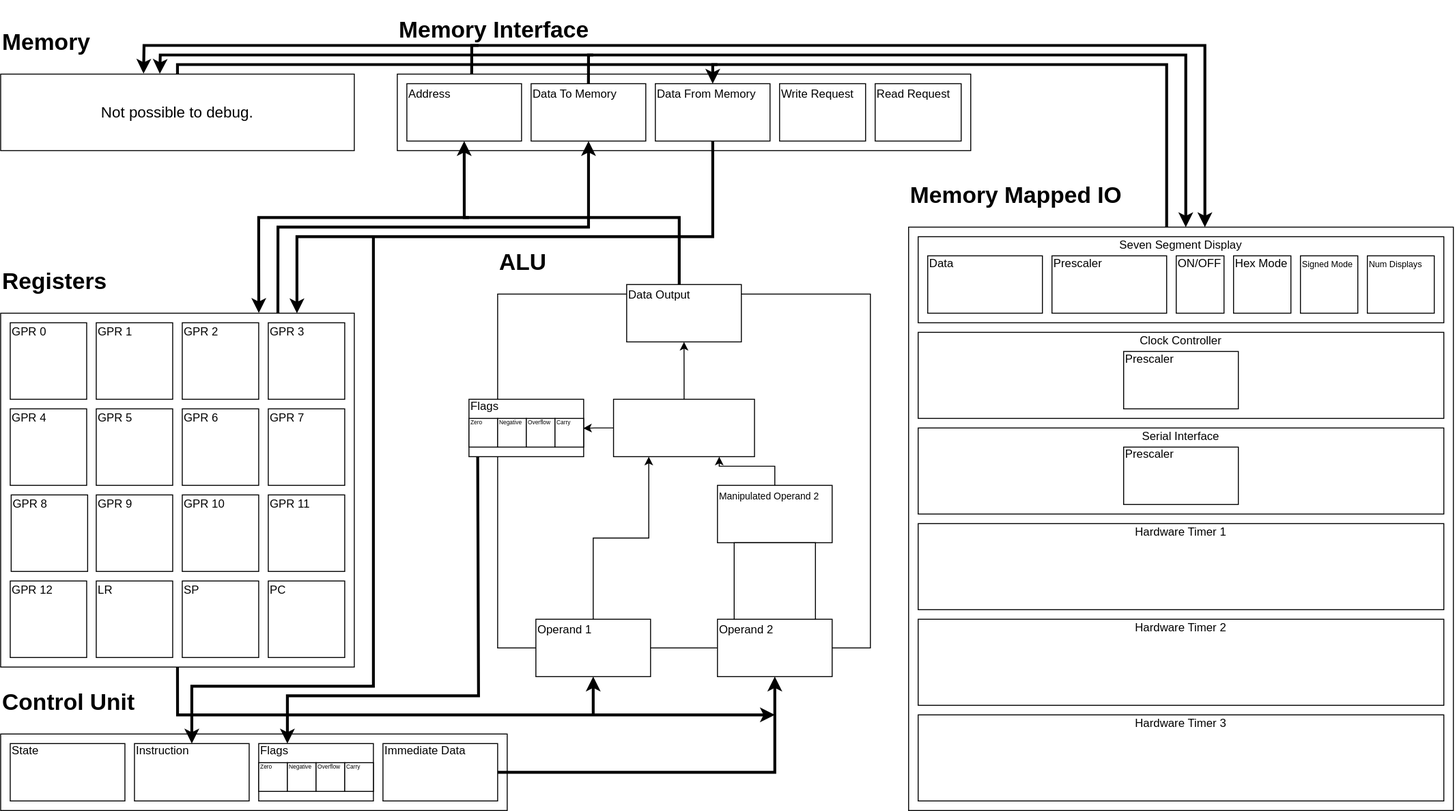
Before: src/Software/MiPro_XG_Toolkit/mipro_toolkit/VisualDebugger/HardwareArchitecture.svg, a diagram exported from draw.io (Sanotsch2003/MiPro-XG-V1). Source tidied: cells renumbered, new cells last; positions are measured from the earlier drawing's top-left corner, leaving out a move shared by most shapes.
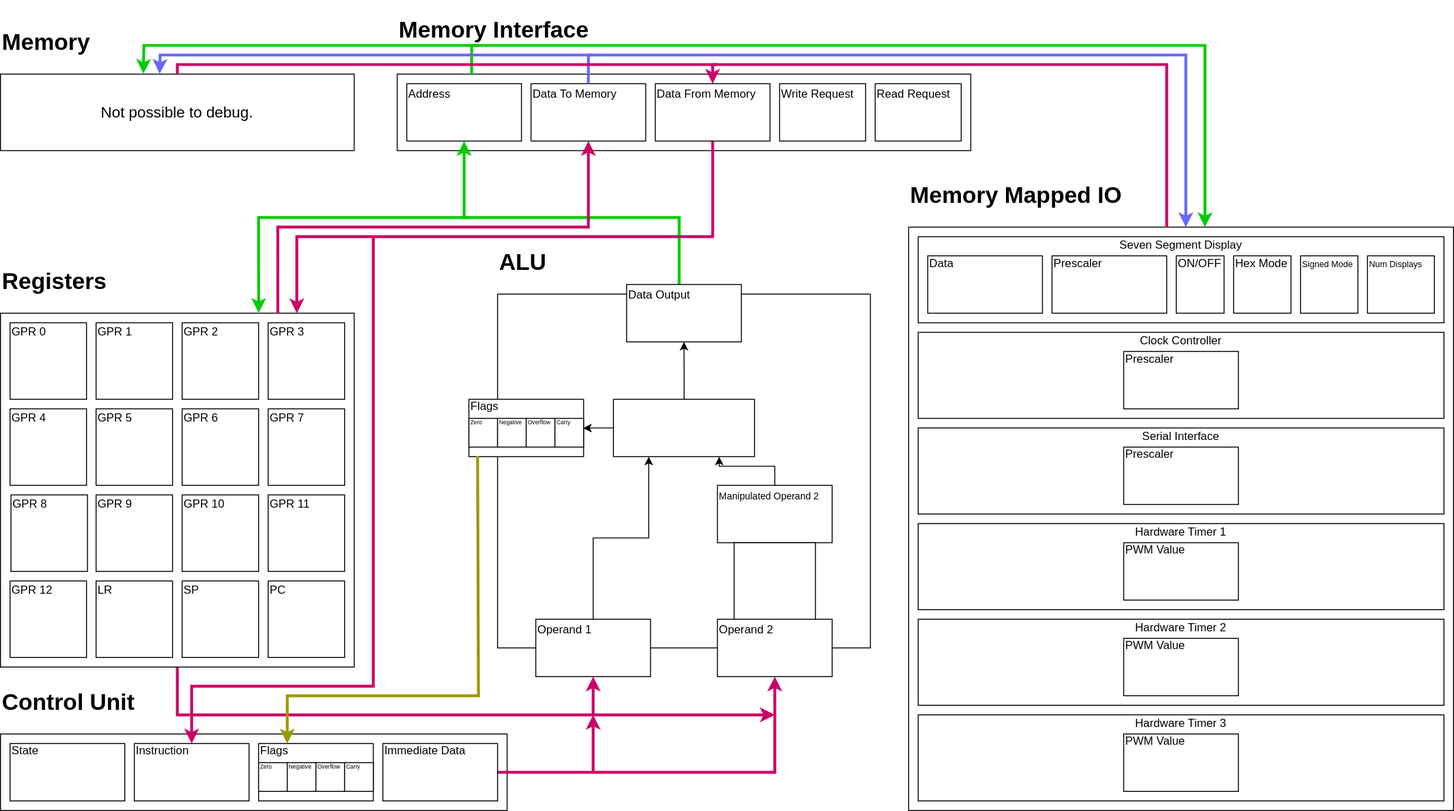
The same file after the commit.

Change to the diagram source:
```diff
@@ -2,7 +2,7 @@
   <root>
     <mxCell id="0" />
     <mxCell id="1" parent="0" />
-    <mxCell id="2" style="edgeStyle=orthogonalEdgeStyle;rounded=0;jettySize=auto;html=1;exitX=0.5;exitY=1;exitDx=0;exitDy=0;strokeColor=light-dark(#000000,#CC0066);strokeWidth=3;" parent="1" edge="1" source="3">
+    <mxCell id="2" style="edgeStyle=orthogonalEdgeStyle;rounded=0;jettySize=auto;html=1;exitX=0.5;exitY=1;exitDx=0;exitDy=0;strokeColor=light-dark(#CC0066,#CC0066);strokeWidth=3;" parent="1" edge="1" source="3">
       <mxGeometry relative="1" as="geometry">
         <mxPoint x="810" y="700" as="targetPoint" />
         <Array as="points">
@@ -128,7 +128,7 @@
     <mxCell id="41" value="&lt;h1&gt;Memory Interface&lt;/h1&gt;" style="rounded=0;whiteSpace=wrap;html=1;labelPosition=center;verticalLabelPosition=top;align=left;verticalAlign=bottom;spacingTop=0;spacingBottom=13;" parent="1" vertex="1">
       <mxGeometry x="415" y="30" width="600" height="80" as="geometry" />
     </mxCell>
-    <mxCell id="42" style="edgeStyle=orthogonalEdgeStyle;rounded=0;jettySize=auto;html=1;entryX=0.5;entryY=1;entryDx=0;entryDy=0;strokeColor=light-dark(#000000,#00CC00);strokeWidth=3;" parent="1" edge="1" source="44" target="46">
+    <mxCell id="42" style="edgeStyle=orthogonalEdgeStyle;rounded=0;jettySize=auto;html=1;entryX=0.5;entryY=1;entryDx=0;entryDy=0;strokeColor=light-dark(#00CC00,#00CC00);strokeWidth=3;" parent="1" edge="1" source="44" target="46">
       <mxGeometry relative="1" as="geometry">
         <Array as="points">
           <mxPoint x="710" y="180" />
@@ -151,7 +151,7 @@
     <mxCell id="47" value="Data To Memory" style="rounded=0;whiteSpace=wrap;html=1;labelPosition=center;verticalLabelPosition=middle;align=left;verticalAlign=middle;spacingTop=-38;" parent="1" vertex="1">
       <mxGeometry x="555" y="40" width="120" height="60" as="geometry" />
     </mxCell>
-    <mxCell id="48" style="edgeStyle=orthogonalEdgeStyle;rounded=0;jettySize=auto;html=1;strokeColor=light-dark(#000000,#0000FF);strokeWidth=3;" parent="1" edge="1" source="50">
+    <mxCell id="48" style="edgeStyle=orthogonalEdgeStyle;rounded=0;jettySize=auto;html=1;strokeColor=light-dark(#CC0066,#CC0066);strokeWidth=3;" parent="1" edge="1" source="50">
       <mxGeometry relative="1" as="geometry">
         <mxPoint x="310" y="280" as="targetPoint" />
         <Array as="points">
@@ -161,7 +161,7 @@
         </Array>
       </mxGeometry>
     </mxCell>
-    <mxCell id="49" style="edgeStyle=orthogonalEdgeStyle;rounded=0;jettySize=auto;html=1;entryX=0.5;entryY=0;entryDx=0;entryDy=0;strokeColor=light-dark(#000000,#0000FF);strokeWidth=3;" parent="1" edge="1" target="50">
+    <mxCell id="49" style="edgeStyle=orthogonalEdgeStyle;rounded=0;jettySize=auto;html=1;entryX=0.5;entryY=0;entryDx=0;entryDy=0;strokeColor=light-dark(#CC0066,#CC0066);strokeWidth=3;" parent="1" edge="1" target="50">
       <mxGeometry relative="1" as="geometry">
         <mxPoint x="1220" y="190" as="sourcePoint" />
         <Array as="points">
@@ -180,7 +180,7 @@
     <mxCell id="52" value="Read Request" style="rounded=0;whiteSpace=wrap;html=1;labelPosition=center;verticalLabelPosition=middle;align=left;verticalAlign=middle;spacingTop=-38;" parent="1" vertex="1">
       <mxGeometry x="915" y="40" width="90" height="60" as="geometry" />
     </mxCell>
-    <mxCell id="53" style="edgeStyle=orthogonalEdgeStyle;rounded=0;jettySize=auto;html=1;entryX=0.5;entryY=1;entryDx=0;entryDy=0;strokeColor=light-dark(#000000,#CC0066);strokeWidth=3;" parent="1" edge="1" source="54" target="45">
+    <mxCell id="53" style="edgeStyle=orthogonalEdgeStyle;rounded=0;jettySize=auto;html=1;entryX=0.5;entryY=1;entryDx=0;entryDy=0;strokeColor=light-dark(#CC0066,#CC0066);strokeWidth=3;" parent="1" edge="1" source="54" target="45">
       <mxGeometry relative="1" as="geometry">
         <Array as="points">
           <mxPoint x="810" y="760" />
@@ -235,7 +235,7 @@
     <mxCell id="69" style="edgeStyle=orthogonalEdgeStyle;rounded=0;jettySize=auto;html=1;entryX=0.982;entryY=0.343;entryDx=0;entryDy=0;entryPerimeter=0;" parent="1" edge="1" source="63" target="68">
       <mxGeometry relative="1" as="geometry" />
     </mxCell>
-    <mxCell id="70" style="endArrow=classic;html=1;rounded=0;entryX=0.73;entryY=-0.001;entryDx=0;entryDy=0;entryPerimeter=0;strokeColor=light-dark(#000000,#00CC00);strokeWidth=3;" parent="1" edge="1" target="3">
+    <mxCell id="70" style="endArrow=classic;html=1;rounded=0;entryX=0.73;entryY=-0.001;entryDx=0;entryDy=0;entryPerimeter=0;strokeColor=light-dark(#00CC00,#00CC00);strokeWidth=3;sourcePerimeterSpacing=0;startSize=6;" parent="1" edge="1" target="3">
       <mxGeometry relative="1" as="geometry">
         <mxPoint x="490" y="180" as="sourcePoint" />
         <Array as="points">
@@ -244,7 +244,7 @@
         </Array>
       </mxGeometry>
     </mxCell>
-    <mxCell id="71" style="endArrow=classic;html=1;rounded=0;exitX=0.076;exitY=0.995;exitDx=0;exitDy=0;entryX=0.25;entryY=0;entryDx=0;entryDy=0;strokeColor=light-dark(#000000,#999900);strokeWidth=3;exitPerimeter=0;" parent="1" edge="1" source="64" target="23">
+    <mxCell id="71" style="endArrow=classic;html=1;rounded=0;exitX=0.076;exitY=0.995;exitDx=0;exitDy=0;entryX=0.25;entryY=0;entryDx=0;entryDy=0;strokeColor=light-dark(#999900,#999900);strokeWidth=3;exitPerimeter=0;" parent="1" edge="1" source="64" target="23">
       <mxGeometry relative="1" as="geometry">
         <Array as="points">
           <mxPoint x="500" y="680" />
@@ -252,12 +252,12 @@
         </Array>
       </mxGeometry>
     </mxCell>
-    <mxCell id="72" style="endArrow=classic;html=1;rounded=0;entryX=0.5;entryY=1;entryDx=0;entryDy=0;strokeColor=light-dark(#000000,#CC0066);strokeWidth=3;" parent="1" edge="1" target="43">
+    <mxCell id="72" style="endArrow=classic;html=1;rounded=0;entryX=0.5;entryY=1;entryDx=0;entryDy=0;strokeColor=light-dark(#CC0066,#CC0066);strokeWidth=3;" parent="1" edge="1" target="43">
       <mxGeometry relative="1" as="geometry">
         <mxPoint x="620" y="700" as="sourcePoint" />
       </mxGeometry>
     </mxCell>
-    <mxCell id="73" style="edgeStyle=orthogonalEdgeStyle;rounded=0;jettySize=auto;html=1;exitX=0.784;exitY=0;exitDx=0;exitDy=0;exitPerimeter=0;strokeColor=light-dark(#000000,#CC0066);strokeWidth=3;" parent="1" edge="1" source="3" target="47">
+    <mxCell id="73" style="edgeStyle=orthogonalEdgeStyle;rounded=0;jettySize=auto;html=1;exitX=0.784;exitY=0;exitDx=0;exitDy=0;exitPerimeter=0;strokeColor=light-dark(#CC0066,#CC0066);strokeWidth=3;" parent="1" edge="1" source="3" target="47">
       <mxGeometry relative="1" as="geometry">
         <Array as="points">
           <mxPoint x="290" y="190" />
@@ -265,7 +265,7 @@
         </Array>
       </mxGeometry>
     </mxCell>
-    <mxCell id="74" style="endArrow=classic;html=1;rounded=0;entryX=0.5;entryY=0;entryDx=0;entryDy=0;strokeColor=light-dark(#000000,#0000FF);strokeWidth=3;" parent="1" edge="1" target="22">
+    <mxCell id="74" style="endArrow=classic;html=1;rounded=0;entryX=0.5;entryY=0;entryDx=0;entryDy=0;strokeColor=light-dark(#CC0066,#CC0066);strokeWidth=3;" parent="1" edge="1" target="22">
       <mxGeometry relative="1" as="geometry">
         <mxPoint x="390" y="200" as="sourcePoint" />
         <Array as="points">
@@ -274,7 +274,7 @@
         </Array>
       </mxGeometry>
     </mxCell>
-    <mxCell id="75" style="edgeStyle=orthogonalEdgeStyle;rounded=0;jettySize=auto;html=1;exitX=0.5;exitY=0;exitDx=0;exitDy=0;strokeColor=light-dark(#000000,#CC0066);strokeWidth=3;" parent="1" edge="1" source="47">
+    <mxCell id="75" style="edgeStyle=orthogonalEdgeStyle;rounded=0;jettySize=auto;html=1;exitX=0.5;exitY=0;exitDx=0;exitDy=0;strokeColor=light-dark(#6666FF,#6666FF);strokeWidth=3;" parent="1" edge="1" source="47">
       <mxGeometry relative="1" as="geometry">
         <mxPoint x="1240" y="190" as="targetPoint" />
         <Array as="points">
@@ -284,7 +284,7 @@
         </Array>
       </mxGeometry>
     </mxCell>
-    <mxCell id="76" style="edgeStyle=orthogonalEdgeStyle;rounded=0;jettySize=auto;html=1;exitX=0.5;exitY=0;exitDx=0;exitDy=0;strokeColor=light-dark(#000000,#00CC00);strokeWidth=3;" parent="1" edge="1" target="25">
+    <mxCell id="76" style="edgeStyle=orthogonalEdgeStyle;rounded=0;jettySize=auto;html=1;exitX=0.5;exitY=0;exitDx=0;exitDy=0;strokeColor=light-dark(#00CC00,#00CC00);strokeWidth=3;" parent="1" edge="1" target="25">
       <mxGeometry relative="1" as="geometry">
         <mxPoint x="492.9" y="30" as="sourcePoint" />
         <Array as="points">
@@ -296,7 +296,7 @@
     <mxCell id="77" value="&lt;h1&gt;Memory&lt;/h1&gt;" style="rounded=0;whiteSpace=wrap;html=1;align=left;labelPosition=center;verticalLabelPosition=top;verticalAlign=bottom;" parent="1" vertex="1">
       <mxGeometry y="30" width="370" height="80" as="geometry" />
     </mxCell>
-    <mxCell id="78" style="endArrow=none;html=1;rounded=0;exitX=0.5;exitY=0;exitDx=0;exitDy=0;startFill=0;strokeWidth=3;strokeColor=light-dark(#000000,#0000FF);fillColor=#1ba1e2;" parent="1" edge="1" source="77">
+    <mxCell id="78" style="endArrow=none;html=1;rounded=0;exitX=0.5;exitY=0;exitDx=0;exitDy=0;startFill=0;strokeWidth=3;strokeColor=light-dark(#CC0066,#CC0066);fillColor=#1ba1e2;" parent="1" edge="1" source="77">
       <mxGeometry relative="1" as="geometry">
         <mxPoint x="750" y="20" as="targetPoint" />
         <Array as="points">
@@ -304,7 +304,7 @@
         </Array>
       </mxGeometry>
     </mxCell>
-    <mxCell id="79" style="endArrow=classic;html=1;rounded=0;entryX=0.45;entryY=-0.005;entryDx=0;entryDy=0;entryPerimeter=0;strokeWidth=3;strokeColor=light-dark(#000000,#CC0066);" parent="1" edge="1" target="77">
+    <mxCell id="79" style="endArrow=classic;html=1;rounded=0;entryX=0.45;entryY=-0.005;entryDx=0;entryDy=0;entryPerimeter=0;strokeWidth=3;strokeColor=light-dark(#6666FF,#6666FF);" parent="1" edge="1" target="77">
       <mxGeometry relative="1" as="geometry">
         <mxPoint x="620" y="10" as="sourcePoint" />
         <Array as="points">
@@ -312,7 +312,7 @@
         </Array>
       </mxGeometry>
     </mxCell>
-    <mxCell id="80" style="endArrow=classic;html=1;rounded=0;entryX=0.404;entryY=-0.006;entryDx=0;entryDy=0;entryPerimeter=0;strokeWidth=3;strokeColor=light-dark(#000000,#00CC00);" parent="1" edge="1" target="77">
+    <mxCell id="80" style="endArrow=classic;html=1;rounded=0;entryX=0.404;entryY=-0.006;entryDx=0;entryDy=0;entryPerimeter=0;strokeWidth=3;strokeColor=light-dark(#00CC00,#00CC00);" parent="1" edge="1" target="77">
       <mxGeometry relative="1" as="geometry">
         <mxPoint x="500" as="sourcePoint" />
         <Array as="points">
@@ -323,5 +323,20 @@
     <mxCell id="81" value="&lt;font style=&quot;font-size: 16px;&quot;&gt;Not possible to debug.&lt;/font&gt;" style="text;html=1;align=center;verticalAlign=middle;whiteSpace=wrap;rounded=0;" parent="1" vertex="1">
       <mxGeometry x="90" y="55" width="190" height="30" as="geometry" />
     </mxCell>
+    <mxCell id="82" style="endArrow=classic;html=1;rounded=0;strokeColor=light-dark(#CC0066,#CC0066);strokeWidth=3;" parent="1" edge="1">
+      <mxGeometry relative="1" as="geometry">
+        <mxPoint x="620" y="760" as="sourcePoint" />
+        <mxPoint x="620" y="700" as="targetPoint" />
+      </mxGeometry>
+    </mxCell>
+    <mxCell id="83" value="PWM Value" style="rounded=0;whiteSpace=wrap;html=1;align=left;spacingTop=-44;" parent="1" vertex="1">
+      <mxGeometry x="1175" y="520" width="120" height="60" as="geometry" />
+    </mxCell>
+    <mxCell id="84" value="PWM Value" style="rounded=0;whiteSpace=wrap;html=1;align=left;spacingTop=-44;" parent="1" vertex="1">
+      <mxGeometry x="1175" y="620" width="120" height="60" as="geometry" />
+    </mxCell>
+    <mxCell id="85" value="PWM Value" style="rounded=0;whiteSpace=wrap;html=1;align=left;spacingTop=-44;" parent="1" vertex="1">
+      <mxGeometry x="1175" y="720" width="120" height="60" as="geometry" />
+    </mxCell>
   </root>
 </mxGraphModel>
```
